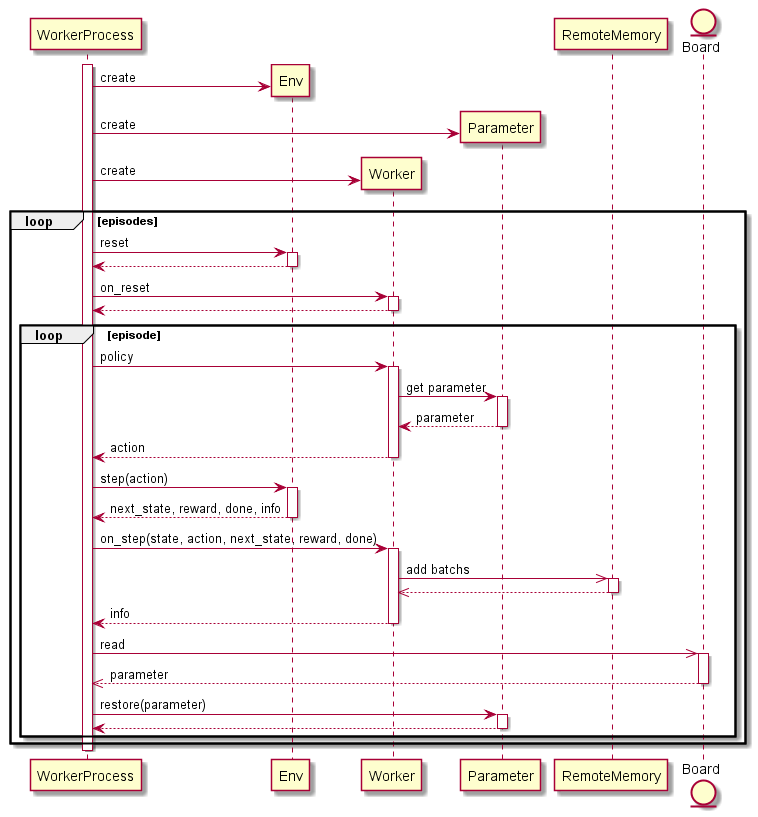
Above: diagrams/runner_mp_flow_worker.png in pocokhc/simple_distributed_rl (PlantUML), before the change.
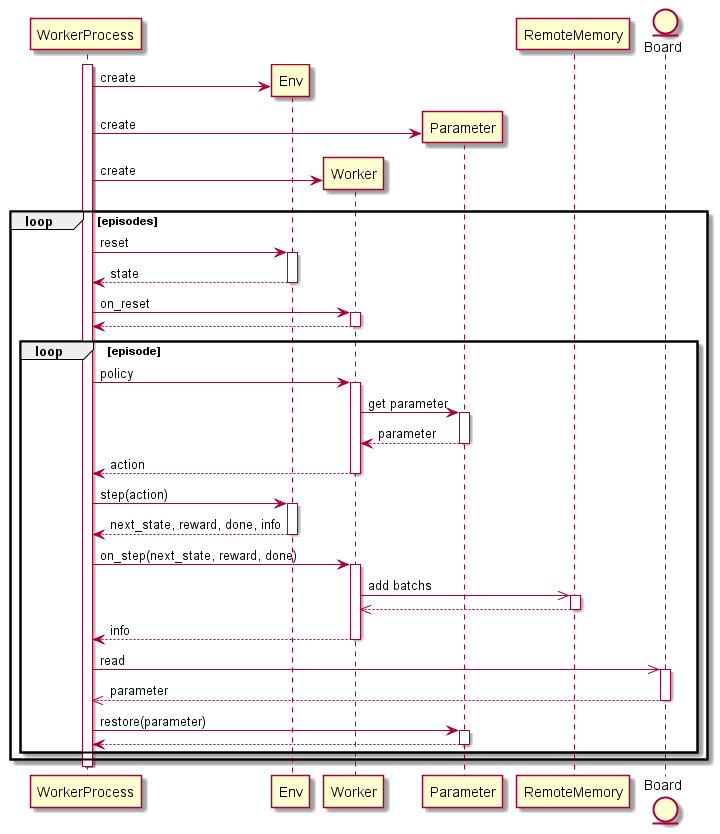
Later version of the same file.

Change to the diagram source:
```diff
@@ -15,7 +15,7 @@
 WorkerProcess -> Worker ** : create
 loop episodes
     WorkerProcess -> Env: reset
-    return
+    return state
     WorkerProcess -> Worker: on_reset
     return
 
@@ -27,7 +27,7 @@
         WorkerProcess -> Env: step(action)
         return next_state, reward, done, info
 
-        WorkerProcess -> Worker: on_step(state, action, next_state, reward, done)
+        WorkerProcess -> Worker: on_step(next_state, reward, done)
             Worker ->> RemoteMemory: add batchs
             return
         return info
```
